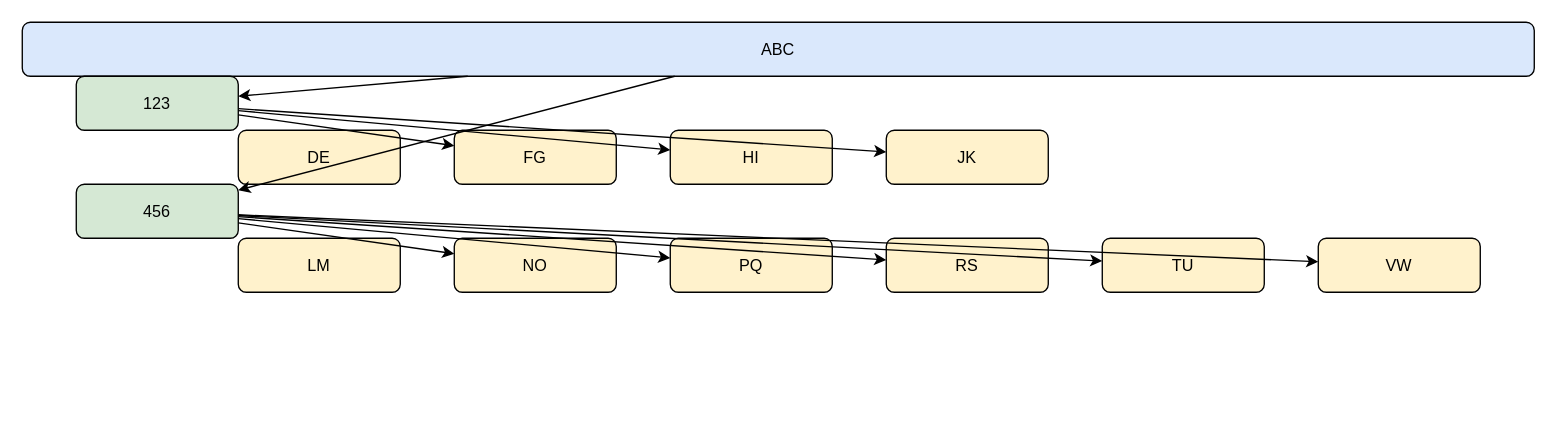
Earlier version of the draw.io diagram diagram.drawio (Matt-Owen-81/csv2drawio). Source tidied: cells renumbered, new cells numbered last; positions are measured from the earlier drawing's top-left corner, leaving out a move shared by most shapes. Both pictures are drawn from the tidied source at 135%, with x=0, y=0 at pixel (22, 22).
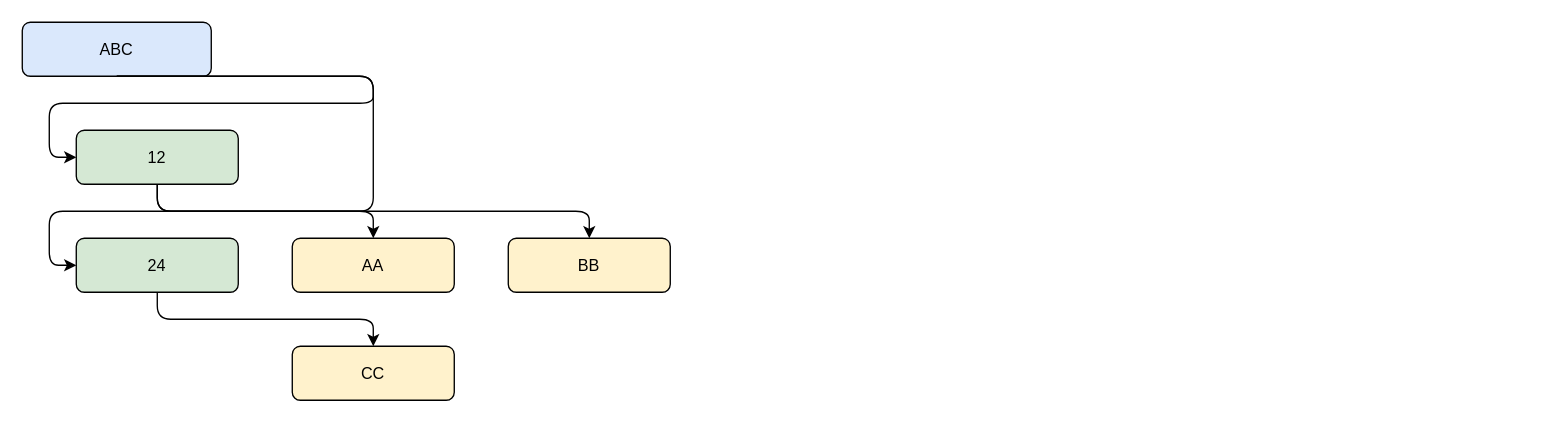
Above is the later version.

The edit, as a diff of the source:
```diff
@@
     <mxCell id="2" value="ABC" style="rounded=1;fillColor=#dae8fc;" parent="1" vertex="1" edge="0">
-      <mxGeometry width="1120" height="40" as="geometry" />
+      <mxGeometry width="140" height="40" as="geometry" />
     </mxCell>
-    <mxCell id="3" value="123" style="rounded=1;fillColor=#d5e8d4;" parent="1" vertex="1" edge="0">
-      <mxGeometry x="40" y="40" width="120" height="40" as="geometry" />
-    </mxCell>
-    <mxCell id="4" parent="1" vertex="0" edge="1" source="2" target="3">
-      <mxGeometry as="geometry" />
-    </mxCell>
-    <mxCell id="5" value="DE" style="rounded=1;fillColor=#fff2cc;" parent="1" vertex="1" edge="0">
-      <mxGeometry x="160" y="80" width="120" height="40" as="geometry" />
-    </mxCell>
-    <mxCell id="6" parent="1" vertex="0" edge="1" source="3" target="5">
-      <mxGeometry as="geometry" />
-    </mxCell>
-    <mxCell id="7" value="FG" style="rounded=1;fillColor=#fff2cc;" parent="1" vertex="1" edge="0">
-      <mxGeometry x="320" y="80" width="120" height="40" as="geometry" />
-    </mxCell>
-    <mxCell id="8" parent="1" vertex="0" edge="1" source="3" target="7">
-      <mxGeometry as="geometry" />
-    </mxCell>
-    <mxCell id="9" value="HI" style="rounded=1;fillColor=#fff2cc;" parent="1" vertex="1" edge="0">
-      <mxGeometry x="480" y="80" width="120" height="40" as="geometry" />
-    </mxCell>
-    <mxCell id="10" parent="1" vertex="0" edge="1" source="3" target="9">
-      <mxGeometry as="geometry" />
-    </mxCell>
-    <mxCell id="11" value="JK" style="rounded=1;fillColor=#fff2cc;" parent="1" vertex="1" edge="0">
-      <mxGeometry x="640" y="80" width="120" height="40" as="geometry" />
-    </mxCell>
-    <mxCell id="12" parent="1" vertex="0" edge="1" source="3" target="11">
-      <mxGeometry as="geometry" />
-    </mxCell>
-    <mxCell id="13" value="456" style="rounded=1;fillColor=#d5e8d4;" parent="1" vertex="1" edge="0">
-      <mxGeometry x="40" y="120" width="120" height="40" as="geometry" />
-    </mxCell>
-    <mxCell id="14" parent="1" vertex="0" edge="1" source="2" target="13">
-      <mxGeometry as="geometry" />
-    </mxCell>
-    <mxCell id="15" value="LM" style="rounded=1;fillColor=#fff2cc;" parent="1" vertex="1" edge="0">
-      <mxGeometry x="160" y="160" width="120" height="40" as="geometry" />
-    </mxCell>
-    <mxCell id="16" parent="1" vertex="0" edge="1" source="13" target="15">
-      <mxGeometry as="geometry" />
-    </mxCell>
-    <mxCell id="17" value="NO" style="rounded=1;fillColor=#fff2cc;" parent="1" vertex="1" edge="0">
-      <mxGeometry x="320" y="160" width="120" height="40" as="geometry" />
-    </mxCell>
-    <mxCell id="18" parent="1" vertex="0" edge="1" source="13" target="17">
-      <mxGeometry as="geometry" />
-    </mxCell>
-    <mxCell id="19" value="PQ" style="rounded=1;fillColor=#fff2cc;" parent="1" vertex="1" edge="0">
-      <mxGeometry x="480" y="160" width="120" height="40" as="geometry" />
-    </mxCell>
-    <mxCell id="20" parent="1" vertex="0" edge="1" source="13" target="19">
-      <mxGeometry as="geometry" />
-    </mxCell>
-    <mxCell id="21" value="RS" style="rounded=1;fillColor=#fff2cc;" parent="1" vertex="1" edge="0">
-      <mxGeometry x="640" y="160" width="120" height="40" as="geometry" />
-    </mxCell>
-    <mxCell id="22" parent="1" vertex="0" edge="1" source="13" target="21">
-      <mxGeometry as="geometry" />
-    </mxCell>
-    <mxCell id="23" value="TU" style="rounded=1;fillColor=#fff2cc;" parent="1" vertex="1" edge="0">
-      <mxGeometry x="800" y="160" width="120" height="40" as="geometry" />
-    </mxCell>
-    <mxCell id="24" parent="1" vertex="0" edge="1" source="13" target="23">
-      <mxGeometry as="geometry" />
-    </mxCell>
-    <mxCell id="25" value="VW" style="rounded=1;fillColor=#fff2cc;" parent="1" vertex="1" edge="0">
-      <mxGeometry x="960" y="160" width="120" height="40" as="geometry" />
-    </mxCell>
-    <mxCell id="26" parent="1" vertex="0" edge="1" source="13" target="25">
-      <mxGeometry as="geometry" />
-    </mxCell>
+    <mxCell id="27" value="12" style="rounded=1;fillColor=#d5e8d4;" parent="1" vertex="1" edge="0">
+      <mxGeometry x="40" y="80" width="120" height="40" as="geometry" />
+    </mxCell>
+    <mxCell id="28" style="edgeStyle=orthogonalEdgeStyle;exitX=0.5;exitY=1;entryX=0;entryY=0.5;" parent="1" edge="1" source="2" target="27">
+      <mxGeometry relative="1" as="geometry">
+        <Array as="points">
+          <mxPoint x="260" y="60" />
+          <mxPoint x="20" y="60" />
+          <mxPoint x="20" y="100" />
+        </Array>
+      </mxGeometry>
+    </mxCell>
+    <mxCell id="29" value="AA" style="rounded=1;fillColor=#fff2cc;" parent="1" vertex="1" edge="0">
+      <mxGeometry x="200" y="160" width="120" height="40" as="geometry" />
+    </mxCell>
+    <mxCell id="30" style="edgeStyle=orthogonalEdgeStyle;exitX=0.5;exitY=1;entryX=0.5;entryY=0;entryDx=0;entryDy=0;" parent="1" edge="1" source="27" target="29">
+      <mxGeometry relative="1" as="geometry">
+        <Array as="points">
+          <mxPoint x="100" y="140" />
+          <mxPoint x="260" y="140" />
+        </Array>
+      </mxGeometry>
+    </mxCell>
+    <mxCell id="31" value="BB" style="rounded=1;fillColor=#fff2cc;" parent="1" vertex="1" edge="0">
+      <mxGeometry x="360" y="160" width="120" height="40" as="geometry" />
+    </mxCell>
+    <mxCell id="32" style="edgeStyle=orthogonalEdgeStyle;exitX=0.5;exitY=1;entryX=0.5;entryY=0;entryDx=0;entryDy=0;" parent="1" edge="1" source="27" target="31">
+      <mxGeometry relative="1" as="geometry">
+        <Array as="points">
+          <mxPoint x="100" y="140" />
+          <mxPoint x="420" y="140" />
+        </Array>
+      </mxGeometry>
+    </mxCell>
+    <mxCell id="33" value="24" style="rounded=1;fillColor=#d5e8d4;" parent="1" vertex="1" edge="0">
+      <mxGeometry x="40" y="160" width="120" height="40" as="geometry" />
+    </mxCell>
+    <mxCell id="34" style="edgeStyle=orthogonalEdgeStyle;exitX=0.5;exitY=1;entryX=0;entryY=0.5;" parent="1" edge="1" source="2" target="33">
+      <mxGeometry relative="1" as="geometry">
+        <Array as="points">
+          <mxPoint x="260" y="140" />
+          <mxPoint x="20" y="140" />
+          <mxPoint x="20" y="180" />
+        </Array>
+      </mxGeometry>
+    </mxCell>
+    <mxCell id="35" value="CC" style="rounded=1;fillColor=#fff2cc;" parent="1" vertex="1" edge="0">
+      <mxGeometry x="200" y="240" width="120" height="40" as="geometry" />
+    </mxCell>
+    <mxCell id="36" style="edgeStyle=orthogonalEdgeStyle;exitX=0.5;exitY=1;entryX=0.5;entryY=0;entryDx=0;entryDy=0;" parent="1" edge="1" source="33" target="35">
+      <mxGeometry relative="1" as="geometry">
+        <Array as="points">
+          <mxPoint x="100" y="220" />
+          <mxPoint x="260" y="220" />
+        </Array>
+      </mxGeometry>
+    </mxCell>
```
